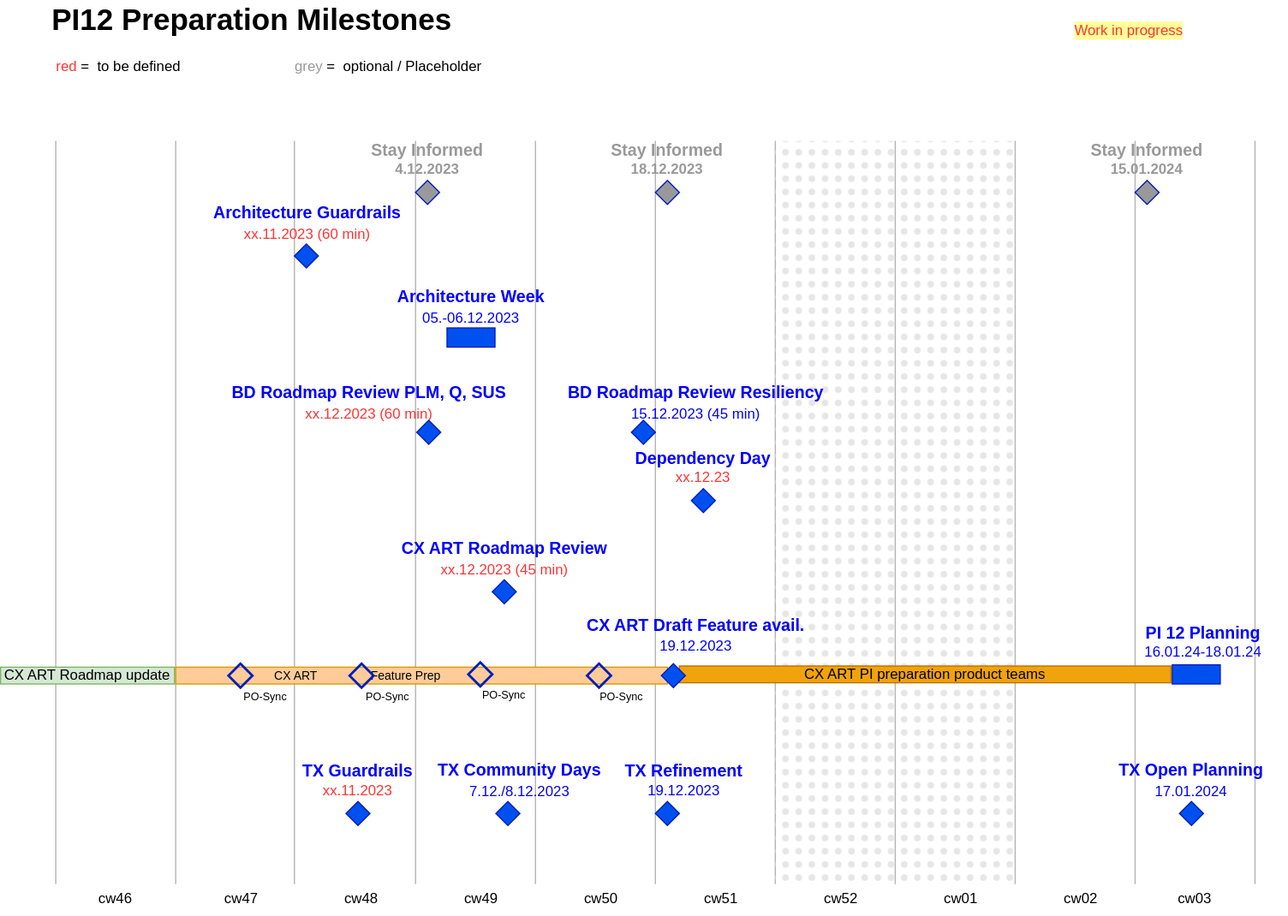
Above: PI12-Preparation-Timeline.drawio.svg in mabige/scratchpad (draw.io), before the change. Source tidied: cells renumbered, new cells last; positions are measured from the earlier drawing's top-left corner, leaving out a move shared by most shapes.
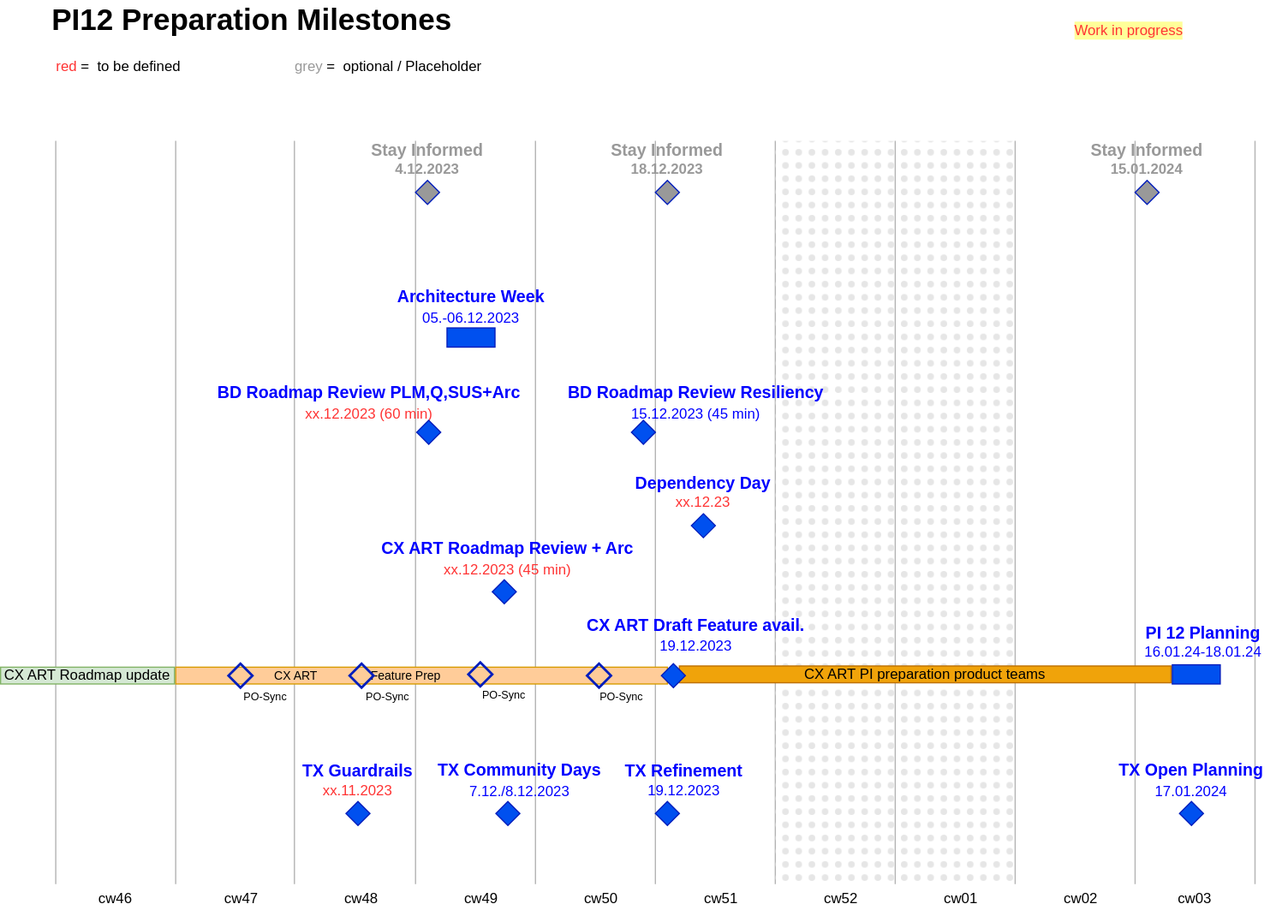
After the change.

What changed in the source:
```diff
@@ -105,10 +105,10 @@
       <mxGeometry x="466" y="374" width="120" height="53" as="geometry" />
     </mxCell>
     <mxCell id="25" style="rhombus;whiteSpace=wrap;html=1;fillColor=#0050ef;fontColor=#ffffff;strokeColor=#001DBC;" parent="24" vertex="1">
-      <mxGeometry x="110" y="33" width="20" height="20" as="geometry" />
+      <mxGeometry x="110" y="54" width="20" height="20" as="geometry" />
     </mxCell>
     <mxCell id="26" value="&lt;font style=&quot;font-size: 14px;&quot;&gt;Dependency Day&lt;/font&gt;&lt;br&gt;&lt;span style=&quot;font-weight: normal;&quot;&gt;&lt;font color=&quot;#ff3333&quot;&gt;xx.12.23&lt;/font&gt;&lt;/span&gt;" style="text;html=1;strokeColor=none;fillColor=none;align=center;verticalAlign=middle;whiteSpace=wrap;rounded=0;fontStyle=1;fontColor=#0000FF;" parent="24" vertex="1">
-      <mxGeometry x="60" width="120" height="30" as="geometry" />
+      <mxGeometry x="60" y="21" width="120" height="30" as="geometry" />
     </mxCell>
     <mxCell id="27" style="group;" parent="1" vertex="1">
       <mxGeometry x="943" y="520" width="120" height="53" as="geometry" />
@@ -137,14 +137,8 @@
     <mxCell id="35" style="rhombus;whiteSpace=wrap;html=1;fillColor=#999999;fontColor=#ffffff;strokeColor=#001DBC;" parent="1" vertex="1">
       <mxGeometry x="946" y="150" width="20" height="20" as="geometry" />
     </mxCell>
-    <mxCell id="36" value="&lt;div style=&quot;font-size: 14px;&quot;&gt;Architecture Guardrails&lt;font style=&quot;font-size: 14px;&quot;&gt;&lt;br&gt;&lt;/font&gt;&lt;font color=&quot;#ff3333&quot; style=&quot;font-size: 12px;&quot;&gt;&lt;span style=&quot;font-weight: normal;&quot;&gt;xx.11.2023&lt;/span&gt;&lt;font style=&quot;font-size: 12px;&quot;&gt;&lt;span style=&quot;font-weight: normal;&quot;&gt; (60 min)&lt;/span&gt;&lt;br&gt;&lt;/font&gt;&lt;/font&gt;&lt;/div&gt;" style="text;html=1;strokeColor=none;fillColor=none;align=center;verticalAlign=middle;whiteSpace=wrap;rounded=0;fontStyle=1;fontColor=#0000FF;" parent="1" vertex="1">
-      <mxGeometry x="171" y="170" width="170" height="30" as="geometry" />
-    </mxCell>
-    <mxCell id="37" style="rhombus;whiteSpace=wrap;html=1;fillColor=#0050ef;fontColor=#ffffff;strokeColor=#001DBC;" parent="1" vertex="1">
-      <mxGeometry x="245" y="203" width="20" height="20" as="geometry" />
-    </mxCell>
-    <mxCell id="38" value="&lt;div style=&quot;font-size: 14px;&quot;&gt;&lt;font style=&quot;font-size: 14px;&quot;&gt;CX ART Roadmap Review&lt;br&gt;&lt;/font&gt;&lt;font color=&quot;#ff3333&quot; style=&quot;font-size: 12px;&quot;&gt;&lt;span style=&quot;font-weight: normal;&quot;&gt;xx.12.2023&lt;/span&gt;&lt;font style=&quot;font-size: 12px;&quot;&gt;&lt;span style=&quot;font-weight: normal;&quot;&gt; (45 min)&lt;/span&gt;&lt;br&gt;&lt;/font&gt;&lt;/font&gt;&lt;/div&gt;" style="text;html=1;strokeColor=none;fillColor=none;align=center;verticalAlign=middle;whiteSpace=wrap;rounded=0;fontStyle=1;fontColor=#0000FF;" parent="1" vertex="1">
-      <mxGeometry x="322.5" y="450" width="195" height="30" as="geometry" />
+    <mxCell id="38" value="&lt;div style=&quot;font-size: 14px;&quot;&gt;&lt;font style=&quot;font-size: 14px;&quot;&gt;CX ART Roadmap Review + Arc&lt;br&gt;&lt;/font&gt;&lt;font color=&quot;#ff3333&quot; style=&quot;font-size: 12px;&quot;&gt;&lt;span style=&quot;font-weight: normal;&quot;&gt;xx.12.2023&lt;/span&gt;&lt;font style=&quot;font-size: 12px;&quot;&gt;&lt;span style=&quot;font-weight: normal;&quot;&gt; (45 min)&lt;/span&gt;&lt;br&gt;&lt;/font&gt;&lt;/font&gt;&lt;/div&gt;" style="text;html=1;strokeColor=none;fillColor=none;align=center;verticalAlign=middle;whiteSpace=wrap;rounded=0;fontStyle=1;fontColor=#0000FF;" parent="1" vertex="1">
+      <mxGeometry x="307.2" y="450" width="231.5" height="30" as="geometry" />
     </mxCell>
     <mxCell id="39" style="rhombus;whiteSpace=wrap;html=1;fillColor=#0050ef;fontColor=#ffffff;strokeColor=#001DBC;" parent="1" vertex="1">
       <mxGeometry x="410" y="483" width="20" height="20" as="geometry" />
@@ -233,7 +227,7 @@
     <mxCell id="67" value="&lt;font style=&quot;font-size: 9px;&quot;&gt;PO-Sync&lt;/font&gt;" style="text;html=1;strokeColor=none;fillColor=none;align=center;verticalAlign=middle;whiteSpace=wrap;rounded=0;" parent="1" vertex="1">
       <mxGeometry x="488" y="565" width="60" height="30" as="geometry" />
     </mxCell>
-    <mxCell id="68" value="&lt;div style=&quot;font-size: 14px;&quot;&gt;BD Roadmap Review&lt;font style=&quot;font-size: 14px;&quot;&gt; PLM, Q, SUS&lt;br&gt;&lt;/font&gt;&lt;font color=&quot;#ff3333&quot; style=&quot;font-size: 12px;&quot;&gt;&lt;span style=&quot;font-weight: normal;&quot;&gt;xx.12.2023&lt;/span&gt;&lt;font style=&quot;font-size: 12px;&quot;&gt;&lt;span style=&quot;font-weight: normal;&quot;&gt; (60 min)&lt;/span&gt;&lt;br&gt;&lt;/font&gt;&lt;/font&gt;&lt;/div&gt;" style="text;html=1;strokeColor=none;fillColor=none;align=center;verticalAlign=middle;whiteSpace=wrap;rounded=0;fontStyle=1;fontColor=#0000FF;" parent="1" vertex="1">
+    <mxCell id="68" value="&lt;div style=&quot;font-size: 14px;&quot;&gt;BD Roadmap Review&lt;font style=&quot;font-size: 14px;&quot;&gt; PLM,Q,SUS+Arc&lt;br&gt;&lt;/font&gt;&lt;font color=&quot;#ff3333&quot; style=&quot;font-size: 12px;&quot;&gt;&lt;span style=&quot;font-weight: normal;&quot;&gt;xx.12.2023&lt;/span&gt;&lt;font style=&quot;font-size: 12px;&quot;&gt;&lt;span style=&quot;font-weight: normal;&quot;&gt; (60 min)&lt;/span&gt;&lt;br&gt;&lt;/font&gt;&lt;/font&gt;&lt;/div&gt;" style="text;html=1;strokeColor=none;fillColor=none;align=center;verticalAlign=middle;whiteSpace=wrap;rounded=0;fontStyle=1;fontColor=#0000FF;" parent="1" vertex="1">
       <mxGeometry x="176" y="320" width="262.5" height="30" as="geometry" />
     </mxCell>
     <mxCell id="69" style="rhombus;whiteSpace=wrap;html=1;fillColor=#0050ef;fontColor=#ffffff;strokeColor=#001DBC;" parent="1" vertex="1">
```
